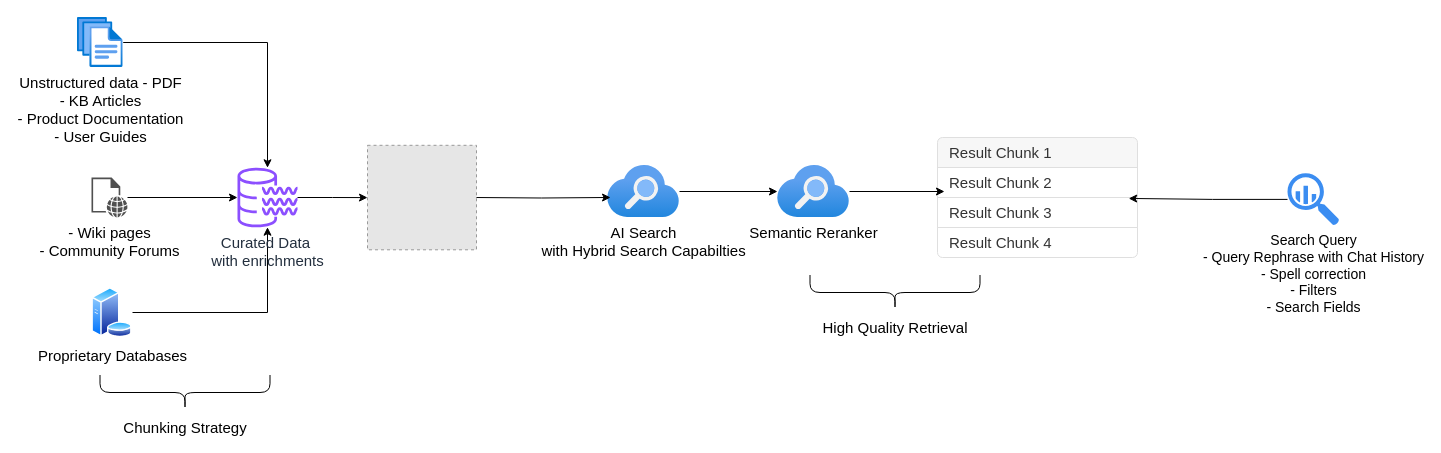
Before: page "RAG Pipeline" (1 of 2) of RAG Pipeline.drawio in anildwarepo/draw.io-artifacts, a draw.io diagram. Source tidied: cells renumbered, new cells numbered last; positions are measured from the earlier drawing's top-left corner, leaving out a move shared by most shapes. Both pictures are drawn from the tidied source at 100%, with x=0, y=0 at pixel (77, 17). Pictures stored in the file or linked from it are replaced by grey dashed boxes.
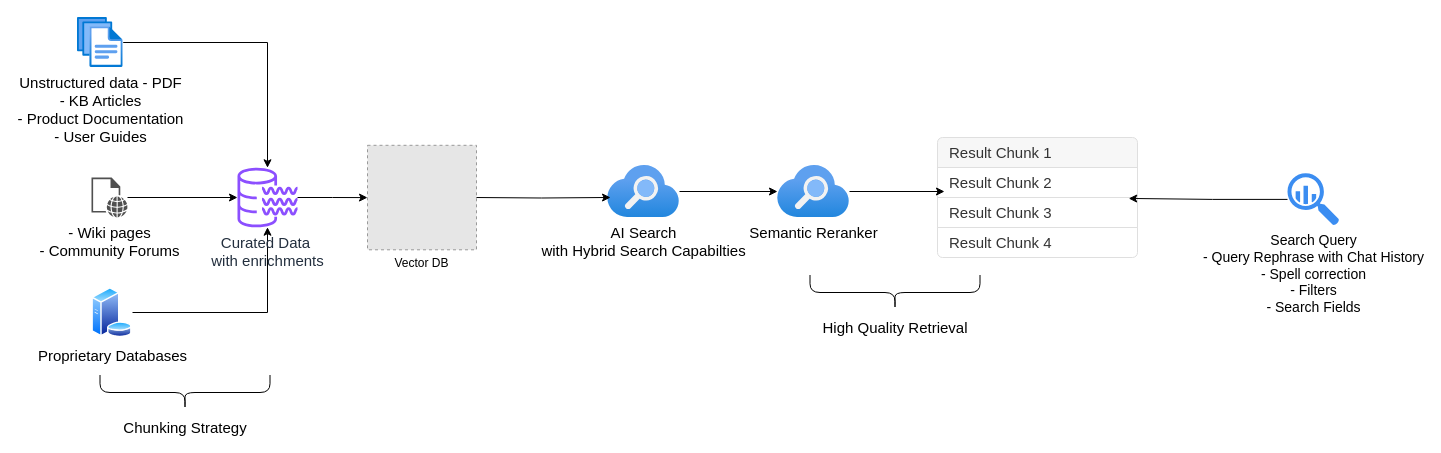
Above is the later version.

Change to the diagram source:
```diff
@@
-    <mxCell id="22" style="fillColor=#E6E6E6;strokeColor=#999999;dashed=1;verticalLabelPosition=bottom;labelBackgroundColor=default;verticalAlign=top;" parent="1" vertex="1">
+    <mxCell id="22" value="Vector DB" style="fillColor=#E6E6E6;strokeColor=#999999;dashed=1;verticalLabelPosition=bottom;labelBackgroundColor=default;verticalAlign=top;" parent="1" vertex="1">
       <mxGeometry x="290" y="127.8" width="109" height="104.5" as="geometry" />
     </mxCell>
```
